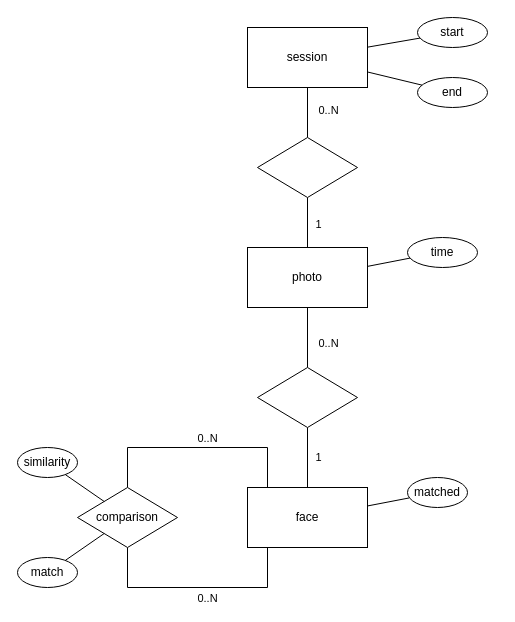
Above: doc/er-diagram.drawio in lotcz/peopleCounter (draw.io), before the change. Source tidied: cells renumbered, new cells numbered last; positions are measured from the earlier drawing's top-left corner, leaving out a move shared by most shapes. Both pictures are drawn from the tidied source at 100%, with x=0, y=0 at pixel (17, 17).
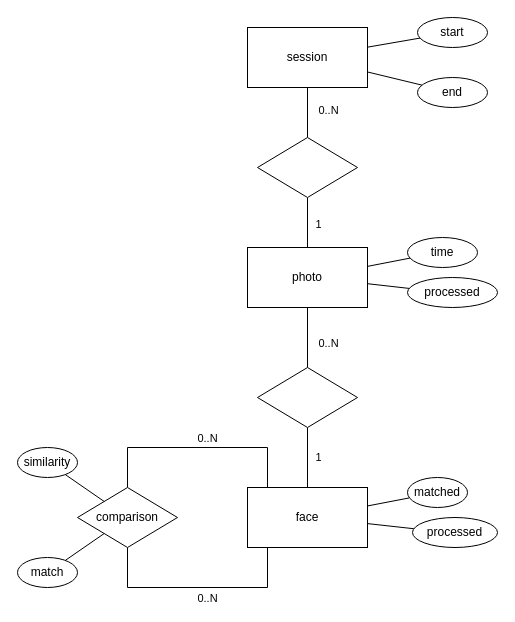
The same page after the edit.

The change refers to these unchanged cells:
```xml
<mxCell id="7" value="photo" style="rounded=0;whiteSpace=wrap;html=1;" parent="1" vertex="1">
  <mxGeometry x="230" y="230" width="120" height="60" as="geometry" />
</mxCell>
<mxCell id="13" value="face" style="rounded=0;whiteSpace=wrap;html=1;" parent="1" vertex="1">
  <mxGeometry x="230" y="470" width="120" height="60" as="geometry" />
</mxCell>
```

Diff of the diagram source:
```diff
@@
+    <mxCell id="32" style="rounded=0;jettySize=auto;html=1;endArrow=none;endFill=0;" parent="1" edge="1" source="33" target="7">
+      <mxGeometry relative="1" as="geometry" />
+    </mxCell>
+    <mxCell id="33" value="processed" style="ellipse;whiteSpace=wrap;html=1;" parent="1" vertex="1">
+      <mxGeometry x="390" y="260" width="90" height="30" as="geometry" />
+    </mxCell>
+    <mxCell id="34" style="edgeStyle=none;rounded=0;jettySize=auto;html=1;endArrow=none;endFill=0;" parent="1" edge="1" source="35" target="13">
+      <mxGeometry relative="1" as="geometry" />
+    </mxCell>
+    <mxCell id="35" value="processed" style="ellipse;whiteSpace=wrap;html=1;" parent="1" vertex="1">
+      <mxGeometry x="395" y="500" width="85" height="30" as="geometry" />
+    </mxCell>
```
